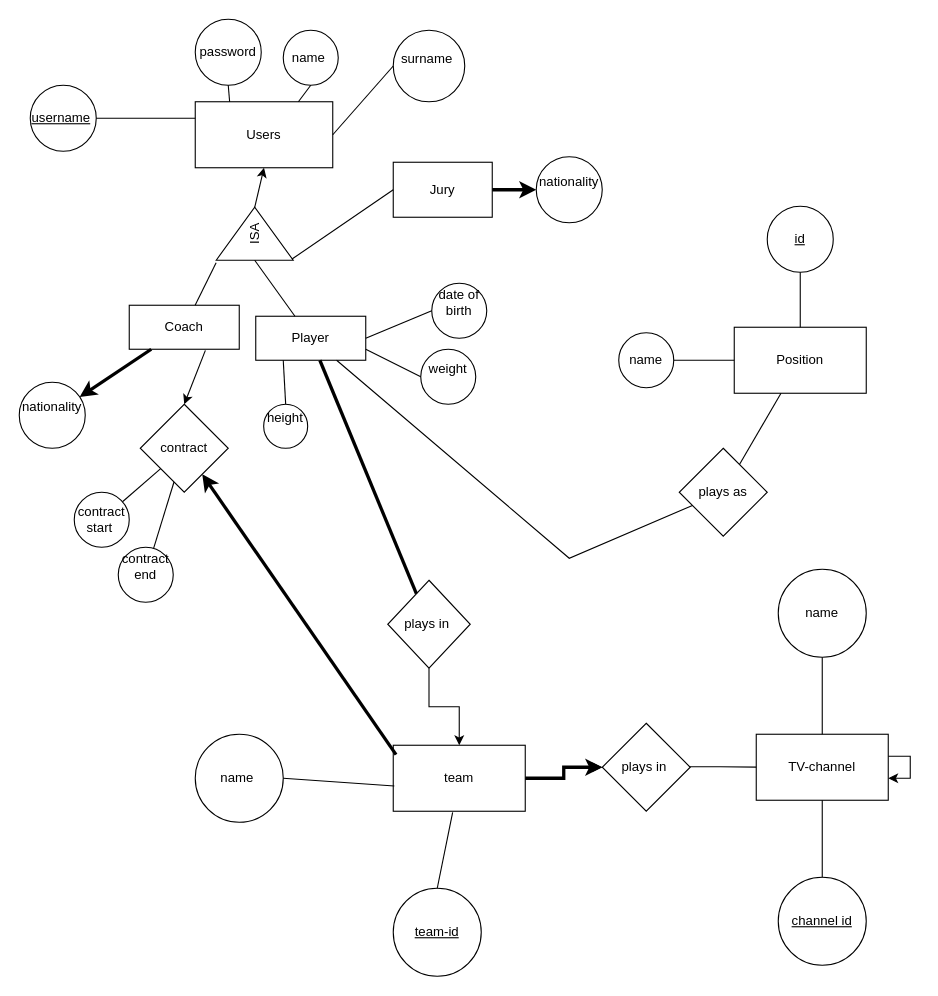
Above: Untitled Diagram.drawio in iremnuy/ER_model (draw.io), before the change. Source tidied: cells renumbered, new cells numbered last; positions are measured from the earlier drawing's top-left corner, leaving out a move shared by most shapes. Both pictures are drawn from the tidied source at 110%, with x=0, y=0 at pixel (19, 19).
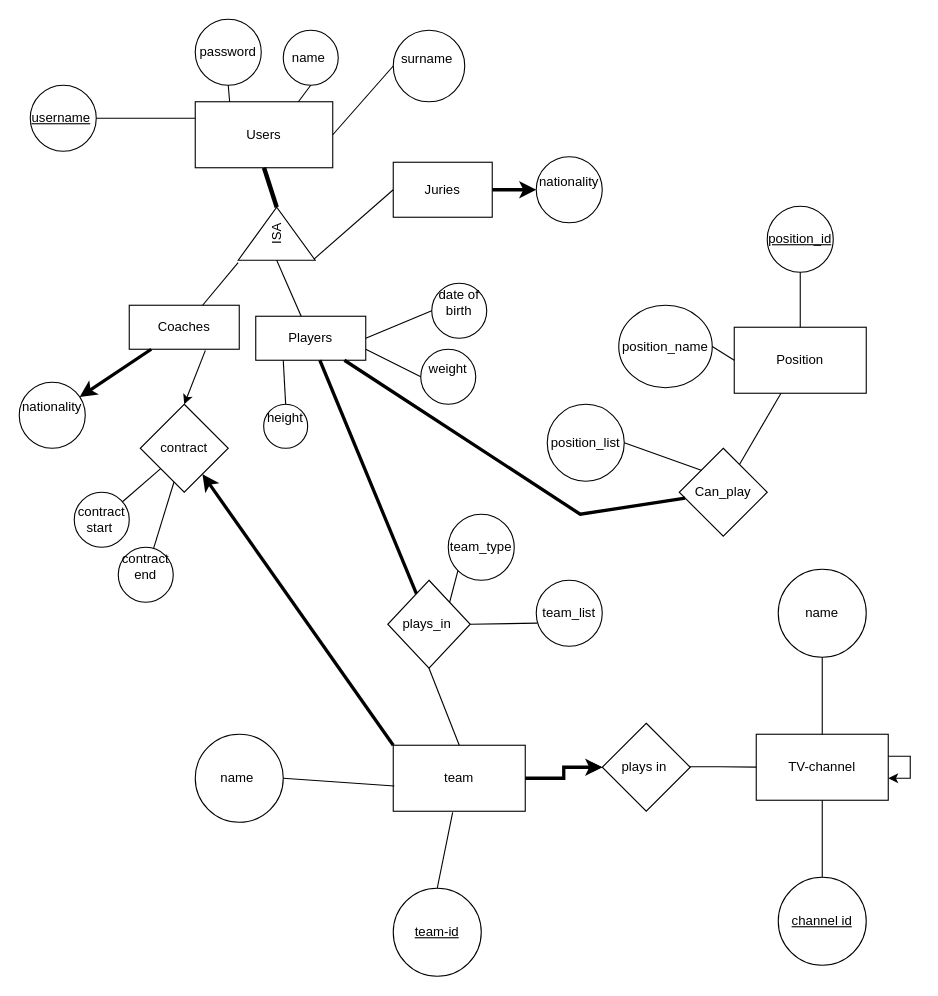
The same page after the edit.

The change refers to these unchanged cells:
```xml
<mxCell id="2" value="Users" style="rounded=0;whiteSpace=wrap;html=1;" parent="1" vertex="1">
  <mxGeometry x="160" y="75" width="125" height="60" as="geometry" />
</mxCell>
<mxCell id="22" value="team" style="rounded=0;whiteSpace=wrap;html=1;" parent="1" vertex="1">
  <mxGeometry x="340" y="660" width="120" height="60" as="geometry" />
</mxCell>
<mxCell id="35" value="contract" style="rhombus;whiteSpace=wrap;html=1;" parent="1" vertex="1">
  <mxGeometry x="110" y="350" width="80" height="80" as="geometry" />
</mxCell>
```

Diff of the diagram source:
```diff
@@
-    <mxCell id="4" value="Coach" style="rounded=0;whiteSpace=wrap;html=1;" parent="1" vertex="1">
+    <mxCell id="4" value="Coaches" style="rounded=0;whiteSpace=wrap;html=1;" parent="1" vertex="1">
       <mxGeometry x="100" y="260" width="100" height="40" as="geometry" />
     </mxCell>
-    <mxCell id="5" value="Player" style="rounded=0;whiteSpace=wrap;html=1;" parent="1" vertex="1">
+    <mxCell id="5" value="Players" style="rounded=0;whiteSpace=wrap;html=1;" parent="1" vertex="1">
       <mxGeometry x="215" y="270" width="100" height="40" as="geometry" />
     </mxCell>
-    <mxCell id="6" value="Jury" style="rounded=0;whiteSpace=wrap;html=1;" parent="1" vertex="1">
+    <mxCell id="6" value="Juries" style="rounded=0;whiteSpace=wrap;html=1;" parent="1" vertex="1">
       <mxGeometry x="340" y="130" width="90" height="50" as="geometry" />
     </mxCell>
     <mxCell id="7" value="ISA" style="triangle;whiteSpace=wrap;html=1;rotation=-90;" parent="1" vertex="1">
-      <mxGeometry x="190" y="160" width="48.1" height="70" as="geometry" />
+      <mxGeometry x="210" y="160" width="48.1" height="70" as="geometry" />
     </mxCell>
@@
-    <mxCell id="31" style="edgeStyle=orthogonalEdgeStyle;rounded=0;jettySize=auto;html=1;" parent="1" edge="1" source="32" target="22">
-      <mxGeometry relative="1" as="geometry" />
-    </mxCell>
-    <mxCell id="32" value="plays in&amp;nbsp;" style="rhombus;whiteSpace=wrap;html=1;" parent="1" vertex="1">
+    <mxCell id="32" value="plays_in&amp;nbsp;" style="rhombus;whiteSpace=wrap;html=1;" parent="1" vertex="1">
       <mxGeometry x="335" y="510" width="75" height="80" as="geometry" />
     </mxCell>
@@
-    <mxCell id="34" style="rounded=0;jettySize=auto;html=1;exitX=0.021;exitY=0.142;exitDx=0;exitDy=0;exitPerimeter=0;strokeWidth=3;" parent="1" edge="1" source="22" target="35">
+    <mxCell id="34" style="rounded=0;jettySize=auto;html=1;strokeWidth=3;exitX=0;exitY=0;exitDx=0;exitDy=0;" parent="1" edge="1" source="22" target="35">
       <mxGeometry relative="1" as="geometry" />
     </mxCell>
@@
-    <mxCell id="41" value="plays as" style="rhombus;whiteSpace=wrap;html=1;" parent="1" vertex="1">
+    <mxCell id="41" value="Can_play" style="rhombus;whiteSpace=wrap;html=1;" parent="1" vertex="1">
       <mxGeometry x="600" y="390" width="80" height="80" as="geometry" />
     </mxCell>
-    <mxCell id="42" style="endArrow=none;html=1;rounded=0;" parent="1" edge="1" source="41" target="5">
+    <mxCell id="42" style="endArrow=none;html=1;rounded=0;strokeWidth=3;" parent="1" edge="1" source="41" target="5">
       <mxGeometry relative="1" as="geometry">
         <Array as="points">
-          <mxPoint x="500" y="490" />
+          <mxPoint x="510" y="450" />
         </Array>
       </mxGeometry>
     </mxCell>
@@
-    <mxCell id="46" value="&lt;u&gt;id&lt;/u&gt;" style="ellipse;whiteSpace=wrap;html=1;rounded=0;" parent="1" vertex="1">
+    <mxCell id="46" value="&lt;u&gt;position_id&lt;/u&gt;" style="ellipse;whiteSpace=wrap;html=1;rounded=0;" parent="1" vertex="1">
       <mxGeometry x="680" y="170" width="60" height="60" as="geometry" />
     </mxCell>
-    <mxCell id="47" value="name" style="ellipse;whiteSpace=wrap;html=1;rounded=0;" parent="1" vertex="1">
-      <mxGeometry x="545" y="285" width="50" height="50" as="geometry" />
+    <mxCell id="47" value="position_name" style="ellipse;whiteSpace=wrap;html=1;rounded=0;" parent="1" vertex="1">
+      <mxGeometry x="545" y="260" width="85" height="75" as="geometry" />
     </mxCell>
@@
-    <mxCell id="53" style="endArrow=classic;html=1;rounded=0;exitX=1;exitY=0.5;exitDx=0;exitDy=0;entryX=0.5;entryY=1;entryDx=0;entryDy=0;" parent="1" edge="1" source="7" target="2">
-      <mxGeometry relative="1" as="geometry" />
-    </mxCell>
@@
+    <mxCell id="53" style="endArrow=none;html=1;rounded=0;entryX=0.5;entryY=1;entryDx=0;entryDy=0;exitX=1;exitY=0.5;exitDx=0;exitDy=0;strokeWidth=4;" parent="1" edge="1" source="7" target="2">
+      <mxGeometry relative="1" as="geometry" />
+    </mxCell>
+    <mxCell id="62" value="position_list" style="ellipse;whiteSpace=wrap;html=1;" parent="1" vertex="1">
+      <mxGeometry x="480" y="350" width="70" height="70" as="geometry" />
+    </mxCell>
+    <mxCell id="63" style="endArrow=none;html=1;rounded=0;entryX=1;entryY=0.5;entryDx=0;entryDy=0;exitX=0;exitY=0;exitDx=0;exitDy=0;" parent="1" edge="1" source="41" target="62">
+      <mxGeometry relative="1" as="geometry" />
+    </mxCell>
+    <mxCell id="64" value="team_list" style="ellipse;whiteSpace=wrap;html=1;" parent="1" vertex="1">
+      <mxGeometry x="470" y="510" width="60" height="60" as="geometry" />
+    </mxCell>
+    <mxCell id="65" style="endArrow=none;html=1;rounded=0;exitX=1;exitY=0.5;exitDx=0;exitDy=0;entryX=0.017;entryY=0.65;entryDx=0;entryDy=0;entryPerimeter=0;" parent="1" edge="1" source="32" target="64">
+      <mxGeometry relative="1" as="geometry" />
+    </mxCell>
+    <mxCell id="66" value="team_type" style="ellipse;whiteSpace=wrap;html=1;" parent="1" vertex="1">
+      <mxGeometry x="390" y="450" width="60" height="60" as="geometry" />
+    </mxCell>
+    <mxCell id="67" style="endArrow=none;html=1;rounded=0;entryX=0;entryY=1;entryDx=0;entryDy=0;exitX=1;exitY=0;exitDx=0;exitDy=0;" parent="1" edge="1" source="32" target="66">
+      <mxGeometry relative="1" as="geometry" />
+    </mxCell>
+    <mxCell id="31" style="endArrow=none;html=1;rounded=0;exitX=0.5;exitY=1;exitDx=0;exitDy=0;entryX=0.5;entryY=0;entryDx=0;entryDy=0;" parent="1" edge="1" source="32" target="22">
+      <mxGeometry relative="1" as="geometry" />
+    </mxCell>
```
